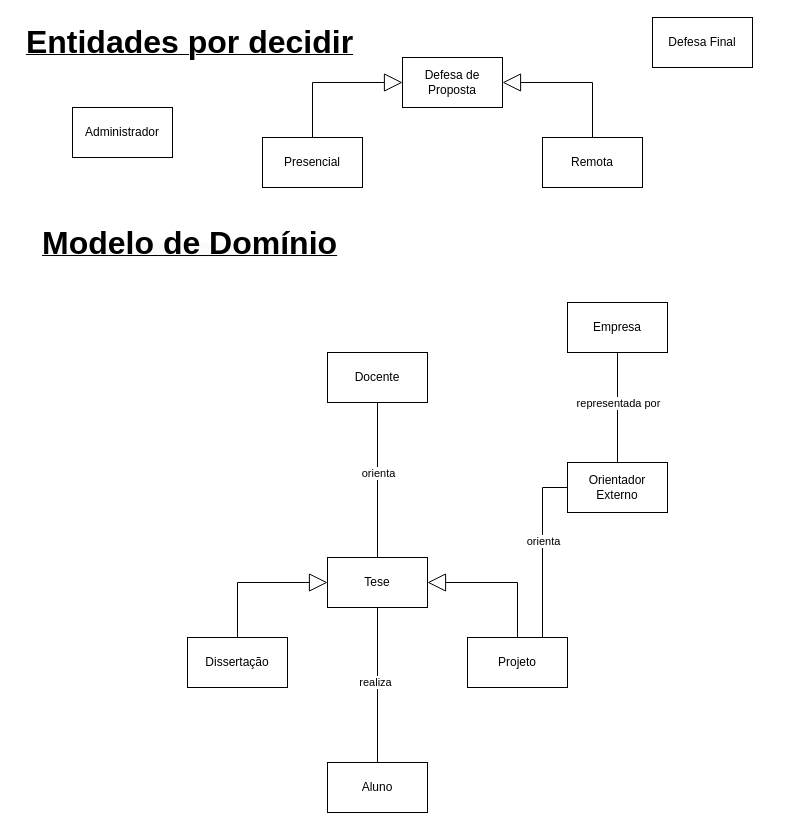
Before: docs/DomainModel.drawio in Sapientia-PT/thesisman, a draw.io diagram. Source tidied: cells renumbered, new cells numbered last; positions are measured from the earlier drawing's top-left corner, leaving out a move shared by most shapes. Both pictures are drawn from the tidied source at 100%, with x=0, y=0 at pixel (17, 17).
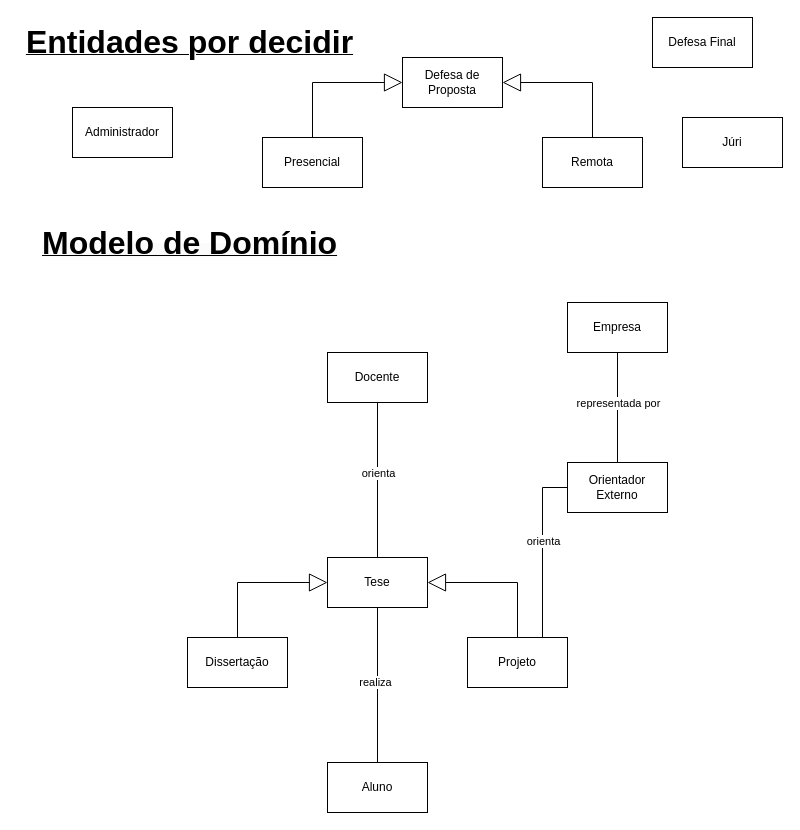
The same diagram, later.

Commit message:
Added object 'Juri'

What changed in the source:
```diff
@@
+    <mxCell id="28" value="Júri" style="html=1;whiteSpace=wrap;" parent="1" vertex="1">
+      <mxGeometry x="665" y="100" width="100" height="50" as="geometry" />
+    </mxCell>
```
